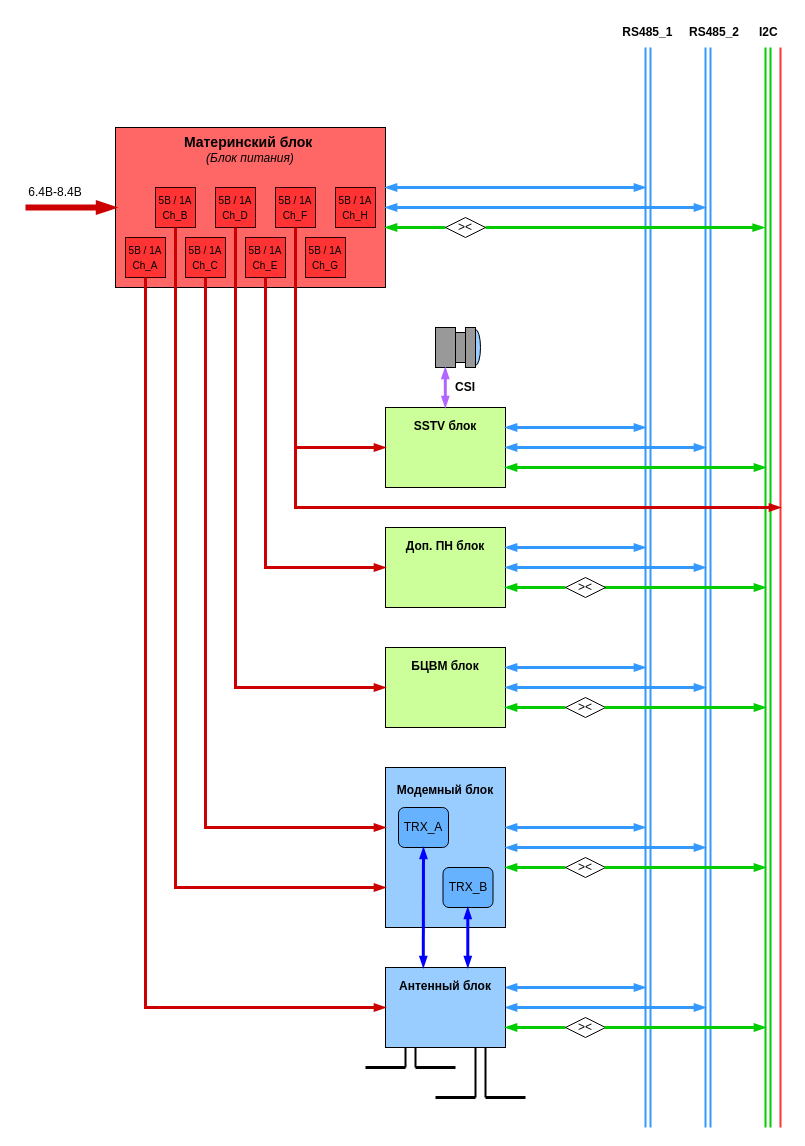
Before: page "Power" (1 of 4) of doc/system/Gladiolus_block_schematic.drawio in NarodniySputnik/Gladiolus-1, a draw.io diagram. Source tidied: cells renumbered, new cells numbered last; positions are measured from the earlier drawing's top-left corner, leaving out a move shared by most shapes. Both pictures are drawn from the tidied source at 100%, with x=0, y=0 at pixel (25, 17).
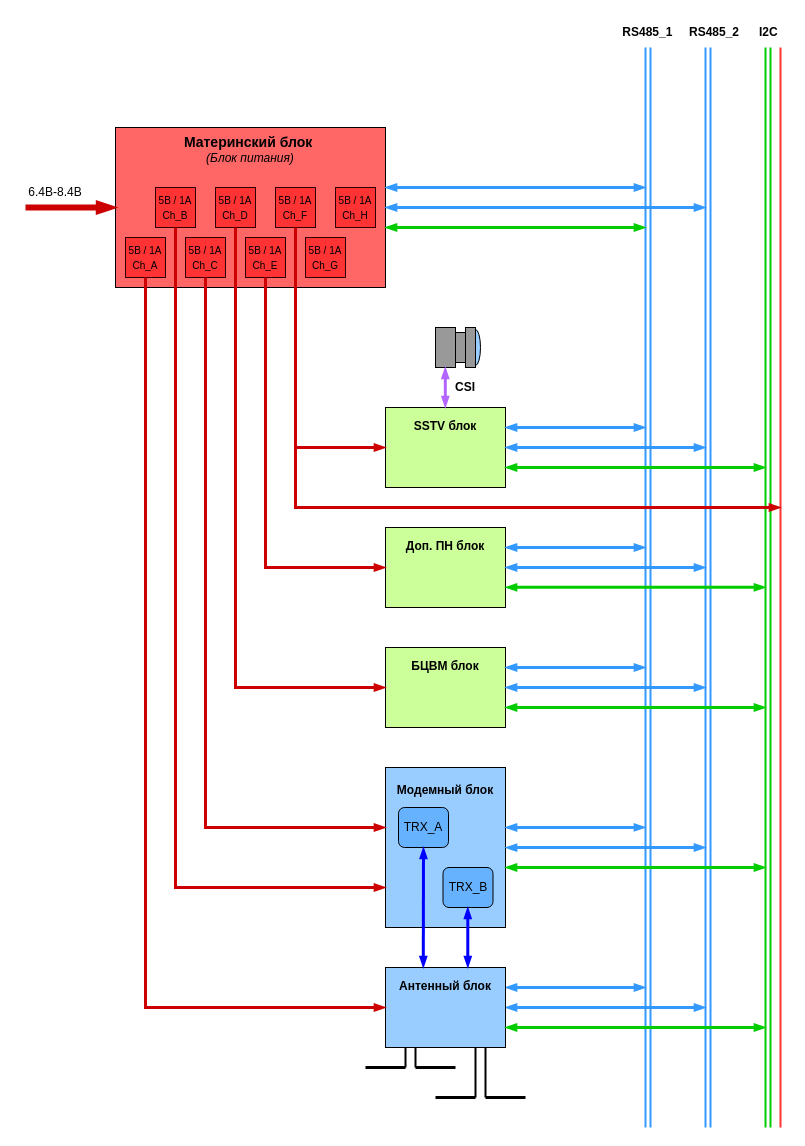
The same page after the edit.

Commit message:
апдейт блок-схемы

The change refers to these unchanged cells:
```xml
<mxCell id="25" value="&lt;b&gt;БЦВМ блок&lt;/b&gt;&lt;div&gt;&lt;br&gt;&lt;/div&gt;&lt;div&gt;&lt;b&gt;&lt;br&gt;&lt;/b&gt;&lt;/div&gt;&lt;div&gt;&lt;br&gt;&lt;/div&gt;" style="rounded=0;whiteSpace=wrap;html=1;fillColor=#CCFF99;" parent="1" vertex="1">
  <mxGeometry x="360" y="630" width="120" height="80" as="geometry" />
</mxCell>
<mxCell id="27" value="&lt;b&gt;Антенный блок&lt;/b&gt;&lt;div&gt;&lt;b&gt;&lt;br&gt;&lt;/b&gt;&lt;/div&gt;&lt;div&gt;&lt;b&gt;&lt;br&gt;&lt;/b&gt;&lt;/div&gt;&lt;div&gt;&lt;b&gt;&lt;br&gt;&lt;/b&gt;&lt;/div&gt;" style="rounded=0;whiteSpace=wrap;html=1;fillColor=#99CCFF;" parent="1" vertex="1">
  <mxGeometry x="360" y="950" width="120" height="80" as="geometry" />
</mxCell>
<mxCell id="28" value="&lt;b&gt;Доп. ПН блок&lt;/b&gt;&lt;div&gt;&lt;br&gt;&lt;/div&gt;&lt;div&gt;&lt;b&gt;&lt;br&gt;&lt;/b&gt;&lt;/div&gt;&lt;div&gt;&lt;br&gt;&lt;/div&gt;" style="rounded=0;whiteSpace=wrap;html=1;fillColor=#CCFF99;" parent="1" vertex="1">
  <mxGeometry x="360" y="510" width="120" height="80" as="geometry" />
</mxCell>
```

Change to the diagram source:
```diff
@@
-    <mxCell id="43" style="endArrow=none;startArrow=blockThin;html=1;rounded=0;exitX=1;exitY=0.75;exitDx=0;exitDy=0;strokeWidth=3;endSize=4;startSize=4;startFill=1;endFill=0;strokeColor=#00CC00;entryX=0;entryY=0.5;entryDx=0;entryDy=0;" parent="1" edge="1" source="28" target="49">
-      <mxGeometry relative="1" as="geometry" />
-    </mxCell>
@@
-    <mxCell id="47" style="endArrow=none;startArrow=blockThin;html=1;rounded=0;strokeWidth=3;endSize=4;startSize=4;startFill=1;endFill=0;strokeColor=#00CC00;entryX=0.971;entryY=0.497;entryDx=0;entryDy=0;entryPerimeter=0;" parent="1" edge="1" target="49">
-      <mxGeometry relative="1" as="geometry">
-        <mxPoint x="740" y="570" as="sourcePoint" />
-      </mxGeometry>
-    </mxCell>
@@
-    <mxCell id="49" value="&amp;gt;&amp;lt;" style="rhombus;whiteSpace=wrap;html=1;" parent="1" vertex="1">
-      <mxGeometry x="540" y="560" width="40" height="20" as="geometry" />
-    </mxCell>
-    <mxCell id="50" style="endArrow=none;startArrow=blockThin;html=1;rounded=0;strokeWidth=3;endSize=4;startSize=4;startFill=1;endFill=0;strokeColor=#00CC00;entryX=0;entryY=0.5;entryDx=0;entryDy=0;exitX=1;exitY=0.75;exitDx=0;exitDy=0;" parent="1" edge="1" source="25" target="51">
-      <mxGeometry relative="1" as="geometry" />
-    </mxCell>
-    <mxCell id="51" value="&amp;gt;&amp;lt;" style="rhombus;whiteSpace=wrap;html=1;" parent="1" vertex="1">
-      <mxGeometry x="540" y="680" width="40" height="20" as="geometry" />
-    </mxCell>
-    <mxCell id="52" style="endArrow=none;startArrow=blockThin;html=1;rounded=0;strokeWidth=3;endSize=4;startSize=4;startFill=1;endFill=0;strokeColor=#00CC00;entryX=0.971;entryY=0.497;entryDx=0;entryDy=0;entryPerimeter=0;" parent="1" edge="1" target="51">
-      <mxGeometry relative="1" as="geometry">
-        <mxPoint x="740" y="690" as="sourcePoint" />
-      </mxGeometry>
-    </mxCell>
-    <mxCell id="53" style="endArrow=none;startArrow=blockThin;html=1;rounded=0;strokeWidth=3;endSize=4;startSize=4;startFill=1;endFill=0;strokeColor=#00CC00;entryX=0;entryY=0.5;entryDx=0;entryDy=0;" parent="1" edge="1" target="54">
-      <mxGeometry relative="1" as="geometry">
-        <mxPoint x="480" y="850" as="sourcePoint" />
-      </mxGeometry>
-    </mxCell>
-    <mxCell id="54" value="&amp;gt;&amp;lt;" style="rhombus;whiteSpace=wrap;html=1;" parent="1" vertex="1">
-      <mxGeometry x="540" y="840" width="40" height="20" as="geometry" />
-    </mxCell>
-    <mxCell id="55" style="endArrow=none;startArrow=blockThin;html=1;rounded=0;strokeWidth=3;endSize=4;startSize=4;startFill=1;endFill=0;strokeColor=#00CC00;entryX=0.971;entryY=0.497;entryDx=0;entryDy=0;entryPerimeter=0;" parent="1" edge="1" target="54">
+    <mxCell id="55" style="endArrow=blockThin;startArrow=blockThin;html=1;rounded=0;strokeWidth=3;endSize=4;startSize=4;startFill=1;endFill=1;strokeColor=#00CC00;" parent="1" edge="1">
       <mxGeometry relative="1" as="geometry">
         <mxPoint x="740" y="850" as="sourcePoint" />
+        <mxPoint x="480" y="850" as="targetPoint" />
       </mxGeometry>
     </mxCell>
-    <mxCell id="56" style="endArrow=none;startArrow=blockThin;html=1;rounded=0;strokeWidth=3;endSize=4;startSize=4;startFill=1;endFill=0;strokeColor=#00CC00;entryX=0;entryY=0.5;entryDx=0;entryDy=0;exitX=1;exitY=0.75;exitDx=0;exitDy=0;" parent="1" edge="1" source="27" target="57">
-      <mxGeometry relative="1" as="geometry" />
-    </mxCell>
-    <mxCell id="57" value="&amp;gt;&amp;lt;" style="rhombus;whiteSpace=wrap;html=1;" parent="1" vertex="1">
-      <mxGeometry x="540" y="1000" width="40" height="20" as="geometry" />
-    </mxCell>
-    <mxCell id="58" style="endArrow=none;startArrow=blockThin;html=1;rounded=0;strokeWidth=3;endSize=4;startSize=4;startFill=1;endFill=0;strokeColor=#00CC00;entryX=0.971;entryY=0.497;entryDx=0;entryDy=0;entryPerimeter=0;" parent="1" edge="1" target="57">
-      <mxGeometry relative="1" as="geometry">
-        <mxPoint x="740" y="1010" as="sourcePoint" />
-      </mxGeometry>
-    </mxCell>
-    <mxCell id="59" style="endArrow=none;startArrow=blockThin;html=1;rounded=0;strokeWidth=3;endSize=4;startSize=4;startFill=1;endFill=0;strokeColor=#00CC00;entryX=0;entryY=0.5;entryDx=0;entryDy=0;" parent="1" edge="1" target="62">
-      <mxGeometry relative="1" as="geometry">
-        <mxPoint x="360" y="210" as="sourcePoint" />
-      </mxGeometry>
-    </mxCell>
-    <mxCell id="60" style="endArrow=none;startArrow=blockThin;html=1;rounded=0;strokeWidth=3;endSize=4;startSize=4;startFill=1;endFill=0;strokeColor=#00CC00;" parent="1" edge="1">
-      <mxGeometry relative="1" as="geometry">
-        <mxPoint x="738.7" y="210.1" as="sourcePoint" />
-        <mxPoint x="460" y="210" as="targetPoint" />
-      </mxGeometry>
-    </mxCell>
@@
-    <mxCell id="62" value="&amp;gt;&amp;lt;" style="rhombus;whiteSpace=wrap;html=1;" parent="1" vertex="1">
-      <mxGeometry x="420" y="200" width="40" height="20" as="geometry" />
-    </mxCell>
@@
+    <mxCell id="84" style="endArrow=blockThin;startArrow=blockThin;html=1;rounded=0;strokeWidth=3;endSize=4;startSize=4;startFill=1;endFill=1;strokeColor=#00CC00;" parent="1" edge="1">
+      <mxGeometry relative="1" as="geometry">
+        <mxPoint x="740" y="1010" as="sourcePoint" />
+        <mxPoint x="480" y="1010" as="targetPoint" />
+      </mxGeometry>
+    </mxCell>
+    <mxCell id="85" style="endArrow=blockThin;startArrow=blockThin;html=1;rounded=0;strokeWidth=3;endSize=4;startSize=4;startFill=1;endFill=1;strokeColor=#00CC00;" parent="1" edge="1">
+      <mxGeometry relative="1" as="geometry">
+        <mxPoint x="740" y="690" as="sourcePoint" />
+        <mxPoint x="480" y="690" as="targetPoint" />
+      </mxGeometry>
+    </mxCell>
+    <mxCell id="86" style="endArrow=blockThin;startArrow=blockThin;html=1;rounded=0;strokeWidth=3;endSize=4;startSize=4;startFill=1;endFill=1;strokeColor=#00CC00;" parent="1" edge="1">
+      <mxGeometry relative="1" as="geometry">
+        <mxPoint x="740" y="569.8" as="sourcePoint" />
+        <mxPoint x="480" y="569.8" as="targetPoint" />
+      </mxGeometry>
+    </mxCell>
+    <mxCell id="87" style="endArrow=blockThin;startArrow=blockThin;html=1;rounded=0;strokeWidth=3;endSize=4;startSize=4;startFill=1;endFill=1;strokeColor=#00CC00;" parent="1" edge="1">
+      <mxGeometry relative="1" as="geometry">
+        <mxPoint x="620" y="210" as="sourcePoint" />
+        <mxPoint x="360" y="210" as="targetPoint" />
+      </mxGeometry>
+    </mxCell>
```
